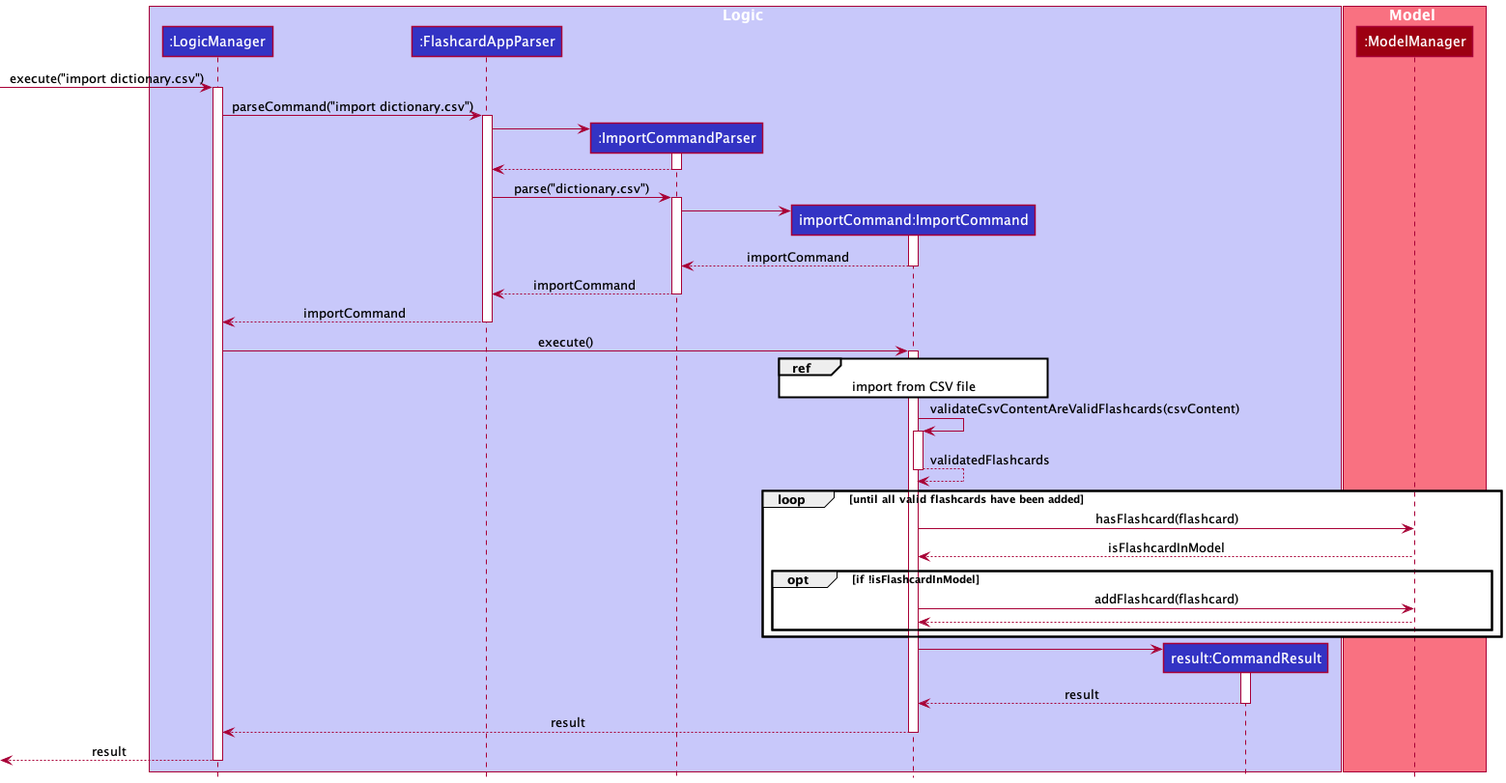
This is docs/images/ImportSequenceDiagram.png from sharmainec/tp, a PlantUML export, as it was before one commit.
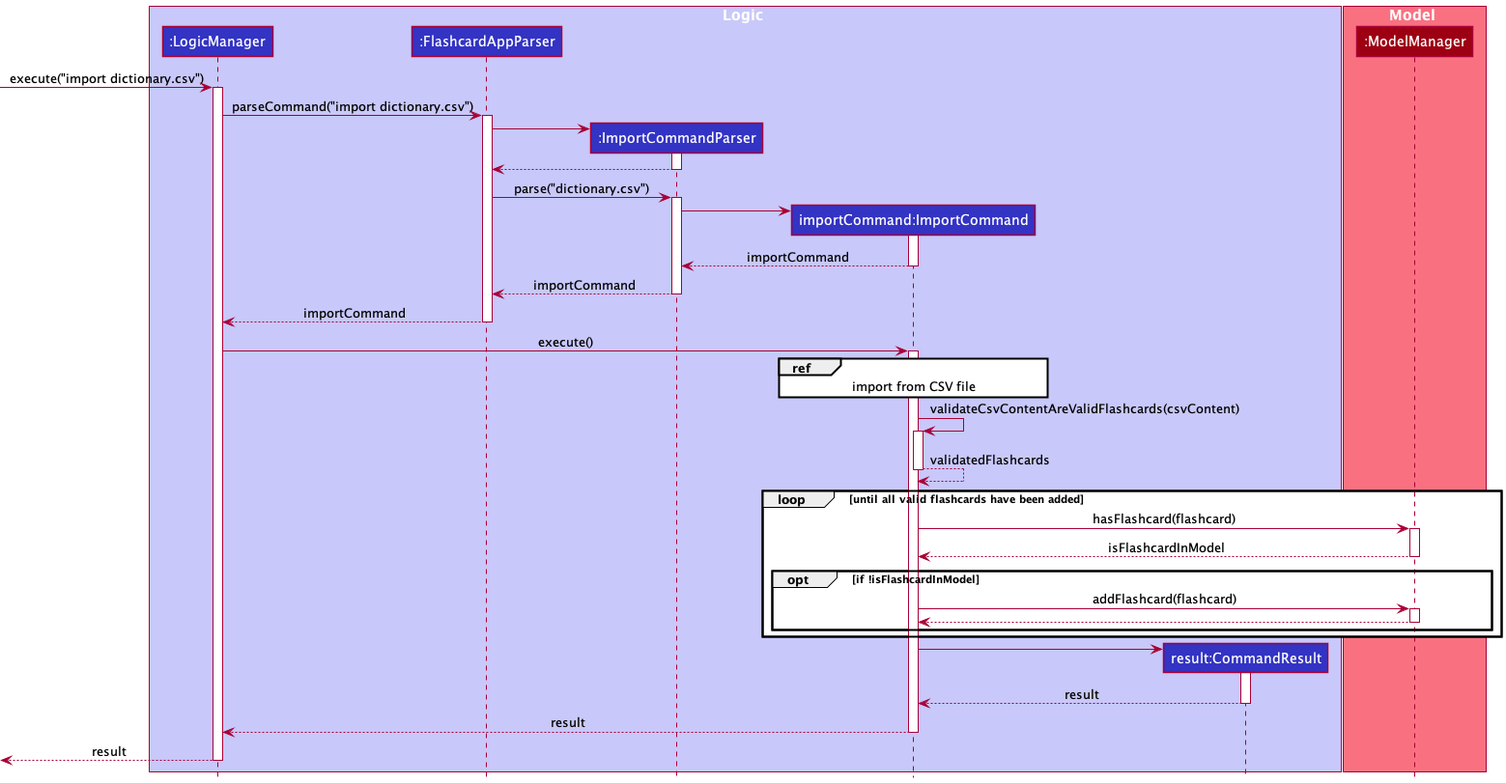
Later version of the same file.

Commit message:
Update import sequence diagram

The edit, as a diff of the source:
```diff
@@ -56,11 +56,14 @@
 
 loop until all valid flashcards have been added
     ImportCommand -> Model: hasFlashcard(flashcard)
+    activate Model
     Model --> ImportCommand: isFlashcardInModel
+    deactivate Model
     opt if !isFlashcardInModel
-
         ImportCommand -> Model: addFlashcard(flashcard)
+        activate Model
         Model --> ImportCommand:
+        deactivate Model
     end
 end
 
```
